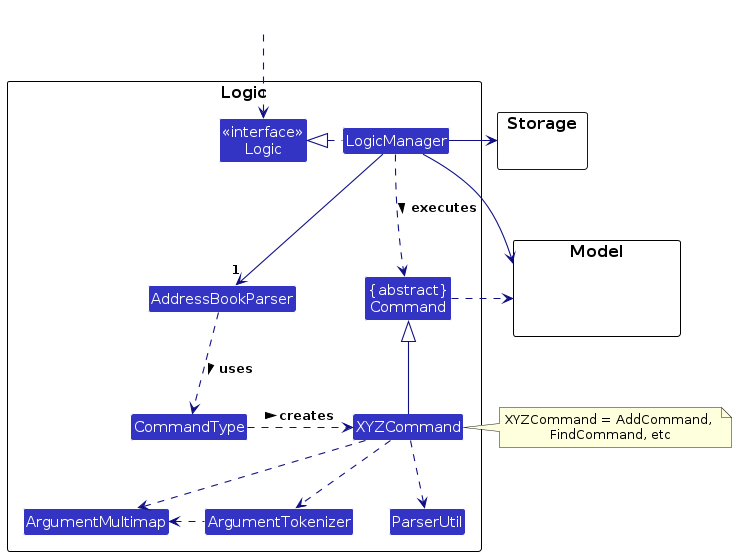
Before: diagrams/LogicClassDiagram.png, a diagram exported from PlantUML (AY2324S2-CS2103T-W12-3/tp). Its source is kept beside it as diagrams/LogicClassDiagram.puml.
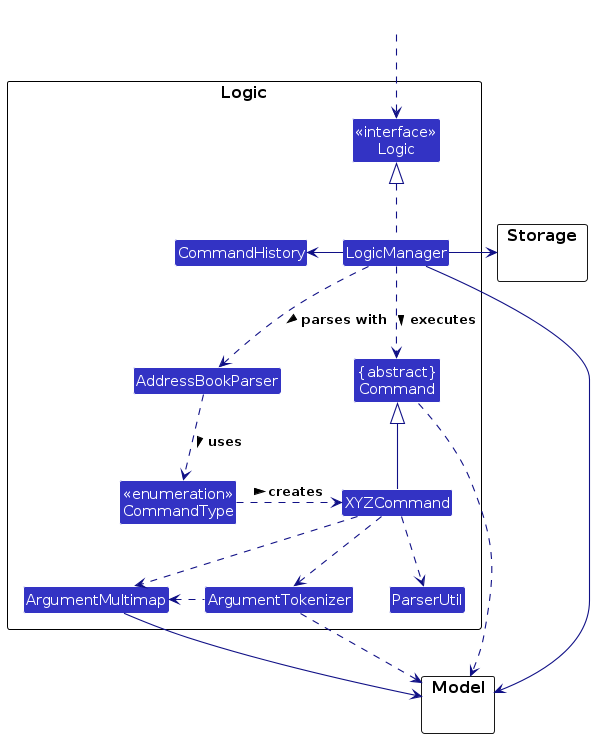
After the change.

Change to the diagram source:
```diff
@@ -8,11 +8,10 @@
 
 Class AddressBookParser
 
-Class CommandType
+Class "<<enumeration>>\nCommandType" as CommandType
 Class XYZCommand
 Class "{abstract}\nCommand" as Command
-
-
+Class CommandHistory
 Class "<<interface>>\nLogic" as Logic
 Class LogicManager
 
@@ -22,7 +21,6 @@
 }
 
 package Model {
-Class HiddenModel #FFFFFF
 }
 
 package Storage {
@@ -31,24 +29,27 @@
 Class HiddenOutside #FFFFFF
 HiddenOutside ..> Logic
 
-LogicManager .left.|> Logic
-LogicManager -->"1" AddressBookParser
+LogicManager .up.|> Logic
+LogicManager ..> AddressBookParser : parses with >
+LogicManager .down.> Command : executes >
+LogicManager -left-> CommandHistory
 
 AddressBookParser ..> CommandType : uses >
 
 CommandType .right.> XYZCommand : creates >
 
 XYZCommand -up-|> Command
-LogicManager ..> Command : executes >
 
 LogicManager --> Model
 LogicManager -right-> Storage
 
 Command .right.> Model
-note right of XYZCommand: XYZCommand = AddCommand, \nFindCommand, etc
 
 XYZCommand ..> ArgumentMultimap
 XYZCommand ..> ArgumentTokenizer
 XYZCommand ..> ParserUtil
 ArgumentTokenizer .left.> ArgumentMultimap
+
+ArgumentMultimap --> Model
+ArgumentTokenizer ..> Model
 @enduml
```
